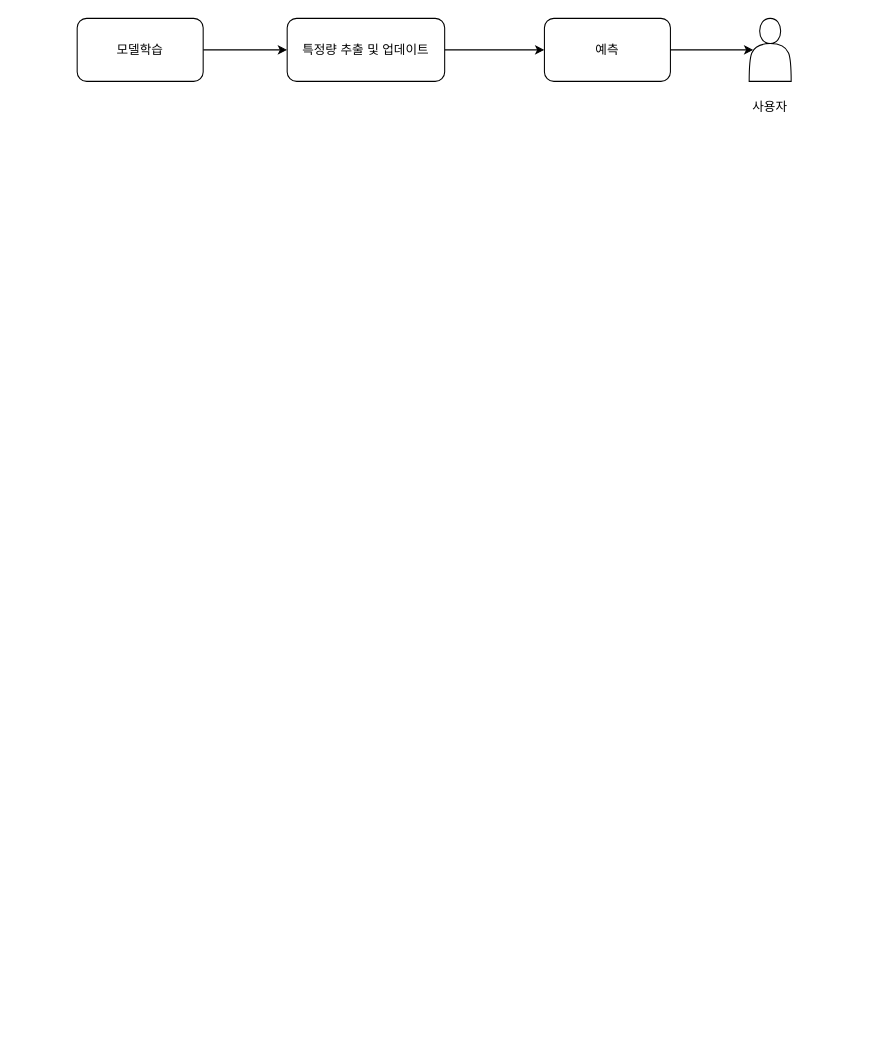
The draw.io diagram 제목 없는 다이어그램.drawio in leebaro/draw, before the edit. Source tidied: cells renumbered, new cells numbered last; positions are measured from the earlier drawing's top-left corner, leaving out a move shared by most shapes. Both pictures are drawn from the tidied source at 105%, with x=0, y=0 at pixel (77, 18).
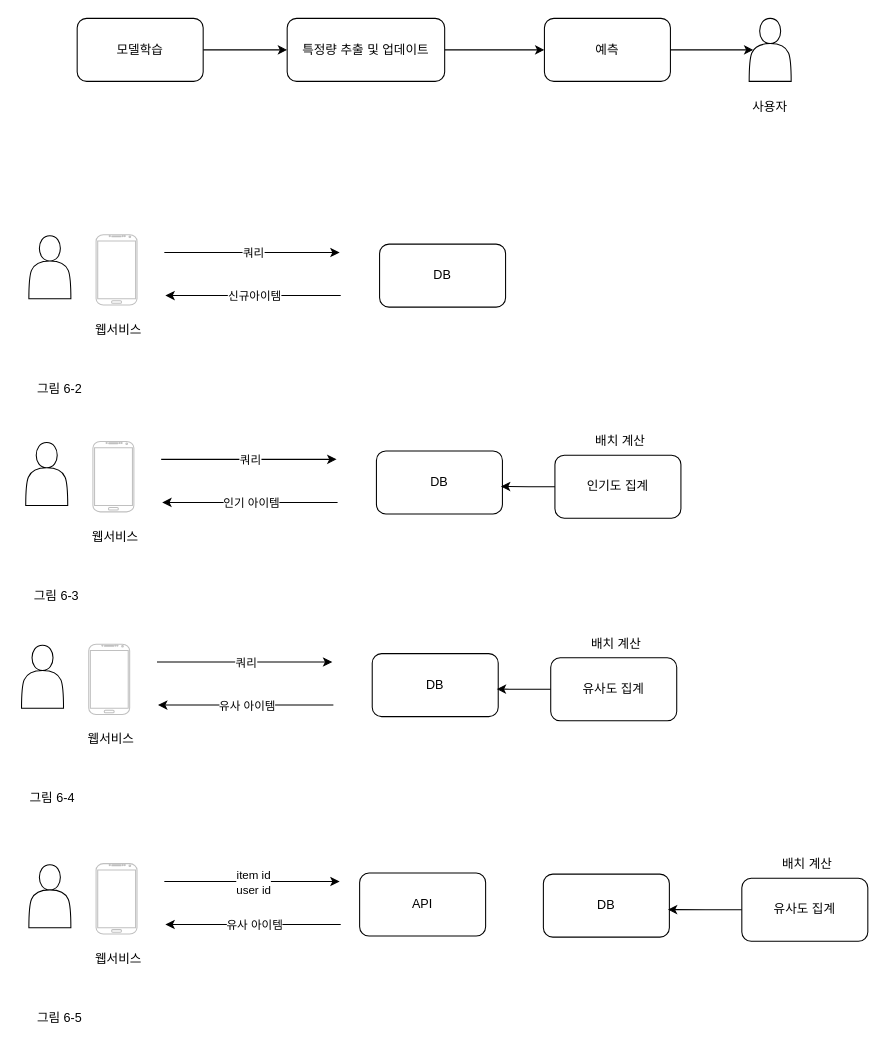
The same diagram, later.

Commit message:
제목 없는 다이어그램.drawio 업데이트

Change to the diagram source:
```diff
@@
+    <mxCell id="10" style="shape=actor;whiteSpace=wrap;html=1;" parent="1" vertex="1">
+      <mxGeometry x="-46" y="207" width="40" height="60" as="geometry" />
+    </mxCell>
+    <mxCell id="11" value="DB" style="rounded=1;whiteSpace=wrap;html=1;" parent="1" vertex="1">
+      <mxGeometry x="288" y="215" width="120" height="60" as="geometry" />
+    </mxCell>
+    <mxCell id="12" style="endArrow=classic;html=1;rounded=0;edgeStyle=orthogonalEdgeStyle;" parent="1" edge="1">
+      <mxGeometry relative="1" as="geometry">
+        <mxPoint x="83" y="223" as="sourcePoint" />
+        <mxPoint x="250" y="223" as="targetPoint" />
+      </mxGeometry>
+    </mxCell>
+    <mxCell id="13" value="쿼리" style="edgeLabel;html=1;align=center;verticalAlign=middle;" parent="12" vertex="1">
+      <mxGeometry relative="1" as="geometry" />
+    </mxCell>
+    <mxCell id="14" style="endArrow=none;html=1;rounded=0;edgeStyle=orthogonalEdgeStyle;endFill=0;startArrow=classic;startFill=1;" parent="1" edge="1">
+      <mxGeometry relative="1" as="geometry">
+        <mxPoint x="84" y="264" as="sourcePoint" />
+        <mxPoint x="251" y="264" as="targetPoint" />
+      </mxGeometry>
+    </mxCell>
+    <mxCell id="15" value="신규아이템" style="edgeLabel;html=1;align=center;verticalAlign=middle;" parent="14" vertex="1">
+      <mxGeometry relative="1" as="geometry" />
+    </mxCell>
+    <mxCell id="16" style="verticalLabelPosition=bottom;verticalAlign=top;html=1;shadow=0;dashed=0;strokeWidth=1;shape=mxgraph.android.phone2;strokeColor=#c0c0c0;" parent="1" vertex="1">
+      <mxGeometry x="18" y="206" width="39" height="67" as="geometry" />
+    </mxCell>
+    <mxCell id="17" value="웹서비스" style="text;html=1;align=center;verticalAlign=middle;strokeColor=none;fillColor=none;" parent="1" vertex="1">
+      <mxGeometry x="6" y="284" width="66" height="26" as="geometry" />
+    </mxCell>
+    <mxCell id="18" value="그림 6-2" style="text;html=1;align=center;verticalAlign=middle;strokeColor=none;fillColor=none;" parent="1" vertex="1">
+      <mxGeometry x="-49" y="340" width="63" height="26" as="geometry" />
+    </mxCell>
+    <mxCell id="19" style="shape=actor;whiteSpace=wrap;html=1;" parent="1" vertex="1">
+      <mxGeometry x="-49" y="404" width="40" height="60" as="geometry" />
+    </mxCell>
+    <mxCell id="20" value="DB" style="rounded=1;whiteSpace=wrap;html=1;" parent="1" vertex="1">
+      <mxGeometry x="285" y="412" width="120" height="60" as="geometry" />
+    </mxCell>
+    <mxCell id="21" style="endArrow=classic;html=1;rounded=0;edgeStyle=orthogonalEdgeStyle;" parent="1" edge="1">
+      <mxGeometry relative="1" as="geometry">
+        <mxPoint x="80" y="420" as="sourcePoint" />
+        <mxPoint x="247" y="420" as="targetPoint" />
+      </mxGeometry>
+    </mxCell>
+    <mxCell id="22" value="쿼리" style="edgeLabel;html=1;align=center;verticalAlign=middle;" parent="21" vertex="1">
+      <mxGeometry relative="1" as="geometry" />
+    </mxCell>
+    <mxCell id="23" style="endArrow=none;html=1;rounded=0;edgeStyle=orthogonalEdgeStyle;endFill=0;startArrow=classic;startFill=1;" parent="1" edge="1">
+      <mxGeometry relative="1" as="geometry">
+        <mxPoint x="81" y="461" as="sourcePoint" />
+        <mxPoint x="248" y="461" as="targetPoint" />
+      </mxGeometry>
+    </mxCell>
+    <mxCell id="24" value="인기 아이템" style="edgeLabel;html=1;align=center;verticalAlign=middle;" parent="23" vertex="1">
+      <mxGeometry relative="1" as="geometry" />
+    </mxCell>
+    <mxCell id="25" style="verticalLabelPosition=bottom;verticalAlign=top;html=1;shadow=0;dashed=0;strokeWidth=1;shape=mxgraph.android.phone2;strokeColor=#c0c0c0;" parent="1" vertex="1">
+      <mxGeometry x="15" y="403" width="39" height="67" as="geometry" />
+    </mxCell>
+    <mxCell id="26" value="웹서비스" style="text;html=1;align=center;verticalAlign=middle;strokeColor=none;fillColor=none;" parent="1" vertex="1">
+      <mxGeometry x="3" y="481" width="66" height="26" as="geometry" />
+    </mxCell>
+    <mxCell id="27" value="그림 6-3" style="text;html=1;align=center;verticalAlign=middle;strokeColor=none;fillColor=none;" parent="1" vertex="1">
+      <mxGeometry x="-52" y="537" width="63" height="26" as="geometry" />
+    </mxCell>
+    <mxCell id="28" value="인기도 집계" style="rounded=1;whiteSpace=wrap;html=1;" parent="1" vertex="1">
+      <mxGeometry x="455" y="416" width="120" height="60" as="geometry" />
+    </mxCell>
+    <mxCell id="29" style="edgeStyle=orthogonalEdgeStyle;rounded=0;jettySize=auto;html=1;entryX=0.988;entryY=0.563;entryDx=0;entryDy=0;entryPerimeter=0;" parent="1" edge="1" source="28" target="20">
+      <mxGeometry relative="1" as="geometry" />
+    </mxCell>
+    <mxCell id="30" value="배치 계산" style="text;html=1;align=center;verticalAlign=middle;strokeColor=none;fillColor=none;" parent="1" vertex="1">
+      <mxGeometry x="482" y="390" width="69" height="26" as="geometry" />
+    </mxCell>
+    <mxCell id="31" style="shape=actor;whiteSpace=wrap;html=1;" parent="1" vertex="1">
+      <mxGeometry x="-53" y="597" width="40" height="60" as="geometry" />
+    </mxCell>
+    <mxCell id="32" value="DB" style="rounded=1;whiteSpace=wrap;html=1;" parent="1" vertex="1">
+      <mxGeometry x="281" y="605" width="120" height="60" as="geometry" />
+    </mxCell>
+    <mxCell id="33" style="endArrow=classic;html=1;rounded=0;edgeStyle=orthogonalEdgeStyle;" parent="1" edge="1">
+      <mxGeometry relative="1" as="geometry">
+        <mxPoint x="76" y="613" as="sourcePoint" />
+        <mxPoint x="243" y="613" as="targetPoint" />
+      </mxGeometry>
+    </mxCell>
+    <mxCell id="34" value="쿼리" style="edgeLabel;html=1;align=center;verticalAlign=middle;" parent="33" vertex="1">
+      <mxGeometry relative="1" as="geometry" />
+    </mxCell>
+    <mxCell id="35" style="endArrow=none;html=1;rounded=0;edgeStyle=orthogonalEdgeStyle;endFill=0;startArrow=classic;startFill=1;" parent="1" edge="1">
+      <mxGeometry relative="1" as="geometry">
+        <mxPoint x="77" y="654" as="sourcePoint" />
+        <mxPoint x="244" y="654" as="targetPoint" />
+      </mxGeometry>
+    </mxCell>
+    <mxCell id="36" value="유사 아이템" style="edgeLabel;html=1;align=center;verticalAlign=middle;" parent="35" vertex="1">
+      <mxGeometry relative="1" as="geometry" />
+    </mxCell>
+    <mxCell id="37" style="verticalLabelPosition=bottom;verticalAlign=top;html=1;shadow=0;dashed=0;strokeWidth=1;shape=mxgraph.android.phone2;strokeColor=#c0c0c0;" parent="1" vertex="1">
+      <mxGeometry x="11" y="596" width="39" height="67" as="geometry" />
+    </mxCell>
+    <mxCell id="38" value="웹서비스" style="text;html=1;align=center;verticalAlign=middle;strokeColor=none;fillColor=none;" parent="1" vertex="1">
+      <mxGeometry x="-1" y="674" width="66" height="26" as="geometry" />
+    </mxCell>
+    <mxCell id="39" value="그림 6-4" style="text;html=1;align=center;verticalAlign=middle;strokeColor=none;fillColor=none;" parent="1" vertex="1">
+      <mxGeometry x="-56" y="730" width="63" height="26" as="geometry" />
+    </mxCell>
+    <mxCell id="40" value="유사도 집계" style="rounded=1;whiteSpace=wrap;html=1;" parent="1" vertex="1">
+      <mxGeometry x="451" y="609" width="120" height="60" as="geometry" />
+    </mxCell>
+    <mxCell id="41" style="edgeStyle=orthogonalEdgeStyle;rounded=0;jettySize=auto;html=1;entryX=0.988;entryY=0.563;entryDx=0;entryDy=0;entryPerimeter=0;" parent="1" edge="1" source="40" target="32">
+      <mxGeometry relative="1" as="geometry" />
+    </mxCell>
+    <mxCell id="42" value="배치 계산" style="text;html=1;align=center;verticalAlign=middle;strokeColor=none;fillColor=none;" parent="1" vertex="1">
+      <mxGeometry x="478" y="583" width="69" height="26" as="geometry" />
+    </mxCell>
+    <mxCell id="43" style="shape=actor;whiteSpace=wrap;html=1;" parent="1" vertex="1">
+      <mxGeometry x="-46" y="806" width="40" height="60" as="geometry" />
+    </mxCell>
+    <mxCell id="44" value="DB" style="rounded=1;whiteSpace=wrap;html=1;" parent="1" vertex="1">
+      <mxGeometry x="444" y="815" width="120" height="60" as="geometry" />
+    </mxCell>
+    <mxCell id="45" style="endArrow=classic;html=1;rounded=0;edgeStyle=orthogonalEdgeStyle;" parent="1" edge="1">
+      <mxGeometry relative="1" as="geometry">
+        <mxPoint x="83" y="822" as="sourcePoint" />
+        <mxPoint x="250" y="822" as="targetPoint" />
+      </mxGeometry>
+    </mxCell>
+    <mxCell id="46" value="item id&lt;br&gt;user id" style="edgeLabel;html=1;align=center;verticalAlign=middle;" parent="45" vertex="1">
+      <mxGeometry relative="1" as="geometry" />
+    </mxCell>
+    <mxCell id="47" style="endArrow=none;html=1;rounded=0;edgeStyle=orthogonalEdgeStyle;endFill=0;startArrow=classic;startFill=1;" parent="1" edge="1">
+      <mxGeometry relative="1" as="geometry">
+        <mxPoint x="84" y="863" as="sourcePoint" />
+        <mxPoint x="251" y="863" as="targetPoint" />
+      </mxGeometry>
+    </mxCell>
+    <mxCell id="48" value="유사 아이템" style="edgeLabel;html=1;align=center;verticalAlign=middle;" parent="47" vertex="1">
+      <mxGeometry relative="1" as="geometry" />
+    </mxCell>
+    <mxCell id="49" style="verticalLabelPosition=bottom;verticalAlign=top;html=1;shadow=0;dashed=0;strokeWidth=1;shape=mxgraph.android.phone2;strokeColor=#c0c0c0;" parent="1" vertex="1">
+      <mxGeometry x="18" y="805" width="39" height="67" as="geometry" />
+    </mxCell>
+    <mxCell id="50" value="웹서비스" style="text;html=1;align=center;verticalAlign=middle;strokeColor=none;fillColor=none;" parent="1" vertex="1">
+      <mxGeometry x="6" y="883" width="66" height="26" as="geometry" />
+    </mxCell>
+    <mxCell id="51" value="그림 6-5" style="text;html=1;align=center;verticalAlign=middle;strokeColor=none;fillColor=none;" parent="1" vertex="1">
+      <mxGeometry x="-49" y="939" width="63" height="26" as="geometry" />
+    </mxCell>
+    <mxCell id="52" value="유사도 집계" style="rounded=1;whiteSpace=wrap;html=1;" parent="1" vertex="1">
+      <mxGeometry x="633" y="819" width="120" height="60" as="geometry" />
+    </mxCell>
+    <mxCell id="53" style="edgeStyle=orthogonalEdgeStyle;rounded=0;jettySize=auto;html=1;entryX=0.988;entryY=0.563;entryDx=0;entryDy=0;entryPerimeter=0;" parent="1" edge="1" source="52" target="44">
+      <mxGeometry relative="1" as="geometry" />
+    </mxCell>
+    <mxCell id="54" value="배치 계산" style="text;html=1;align=center;verticalAlign=middle;strokeColor=none;fillColor=none;" parent="1" vertex="1">
+      <mxGeometry x="660" y="793" width="69" height="26" as="geometry" />
+    </mxCell>
+    <mxCell id="55" value="API" style="rounded=1;whiteSpace=wrap;html=1;" parent="1" vertex="1">
+      <mxGeometry x="269" y="814" width="120" height="60" as="geometry" />
+    </mxCell>
```
